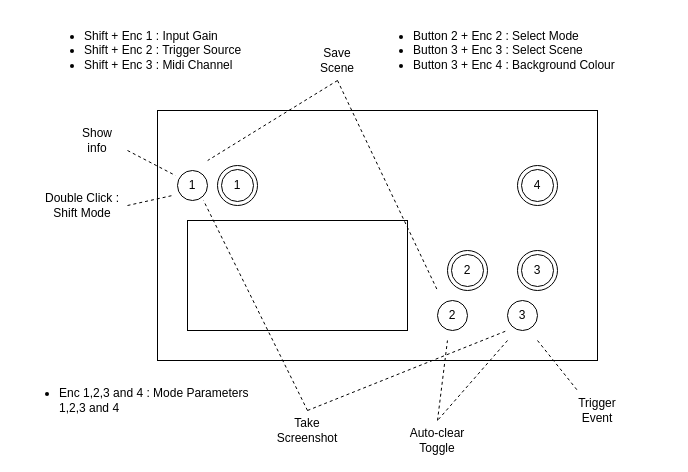
Earlier version of the draw.io diagram hardware_usage.drawio (Lcchy/Eyesy_for_fates). Source tidied: cells renumbered, new cells numbered last; positions are measured from the earlier drawing's top-left corner, leaving out a move shared by most shapes. Both pictures are drawn from the tidied source at 100%, with x=0, y=0 at pixel (17, 20).
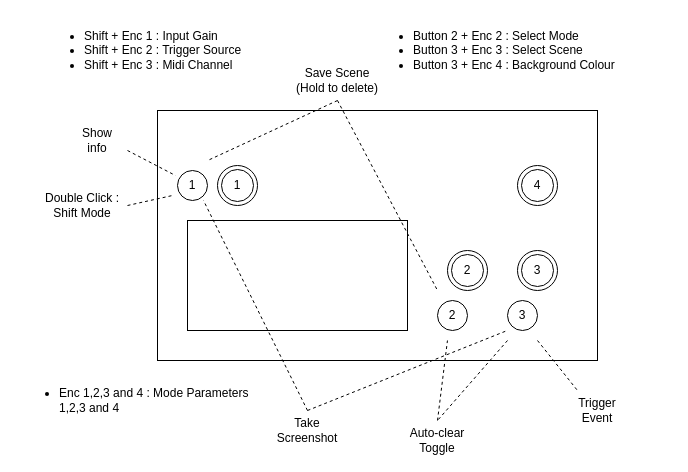
After the change.

Unchanged cells that the change refers to:
```xml
<mxCell id="2" style="rounded=0;whiteSpace=wrap;html=1;" parent="1" vertex="1">
  <mxGeometry x="140" y="90" width="440" height="250" as="geometry" />
</mxCell>
```

Change to the diagram source:
```diff
@@
     <mxCell id="25" style="endArrow=none;dashed=1;html=1;entryX=0.114;entryY=0.2;entryDx=0;entryDy=0;entryPerimeter=0;" parent="1" edge="1" target="2">
       <mxGeometry relative="1" as="geometry">
-        <mxPoint x="320" y="60" as="sourcePoint" />
+        <mxPoint x="320" y="80" as="sourcePoint" />
       </mxGeometry>
     </mxCell>
     <mxCell id="26" style="endArrow=none;dashed=1;html=1;" parent="1" edge="1">
       <mxGeometry relative="1" as="geometry">
-        <mxPoint x="320" y="60" as="sourcePoint" />
+        <mxPoint x="320" y="80" as="sourcePoint" />
         <mxPoint x="420" y="270" as="targetPoint" />
       </mxGeometry>
     </mxCell>
-    <mxCell id="27" value="Save Scene" style="text;html=1;strokeColor=none;fillColor=none;align=center;verticalAlign=middle;whiteSpace=wrap;rounded=0;" parent="1" vertex="1">
-      <mxGeometry x="300" y="30" width="40" height="20" as="geometry" />
+    <mxCell id="27" value="&lt;div&gt;Save Scene&lt;/div&gt;&lt;div&gt;(Hold to delete)&lt;br&gt;&lt;/div&gt;" style="text;html=1;strokeColor=none;fillColor=none;align=center;verticalAlign=middle;whiteSpace=wrap;rounded=0;" parent="1" vertex="1">
+      <mxGeometry x="270" y="50" width="100" height="20" as="geometry" />
     </mxCell>
```
